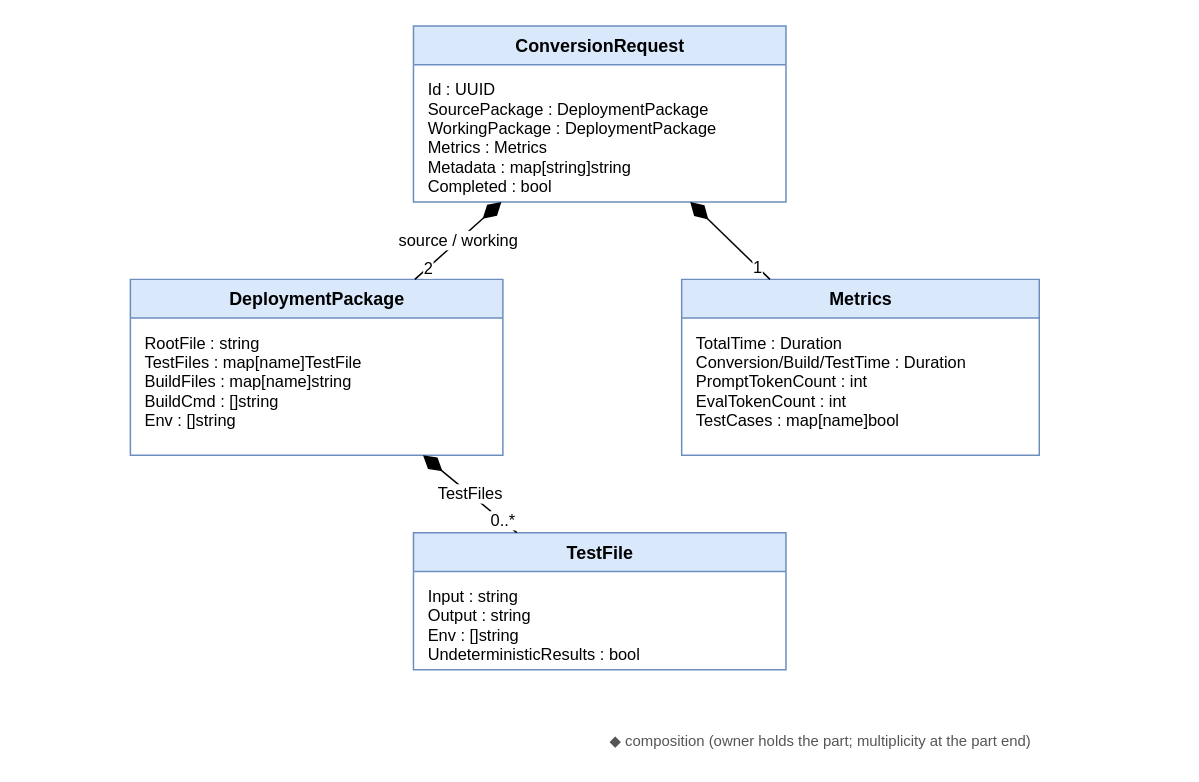
This is docs/data-structures-simple.drawio from carl-egge/ise-predictive-refaas, a draw.io file, before an edit. Source tidied: cells renumbered, new cells numbered last; positions are measured from the earlier drawing's top-left corner, leaving out a move shared by most shapes. Both pictures are drawn from the tidied source at 149%, with x=0, y=0 at pixel (130, 25).
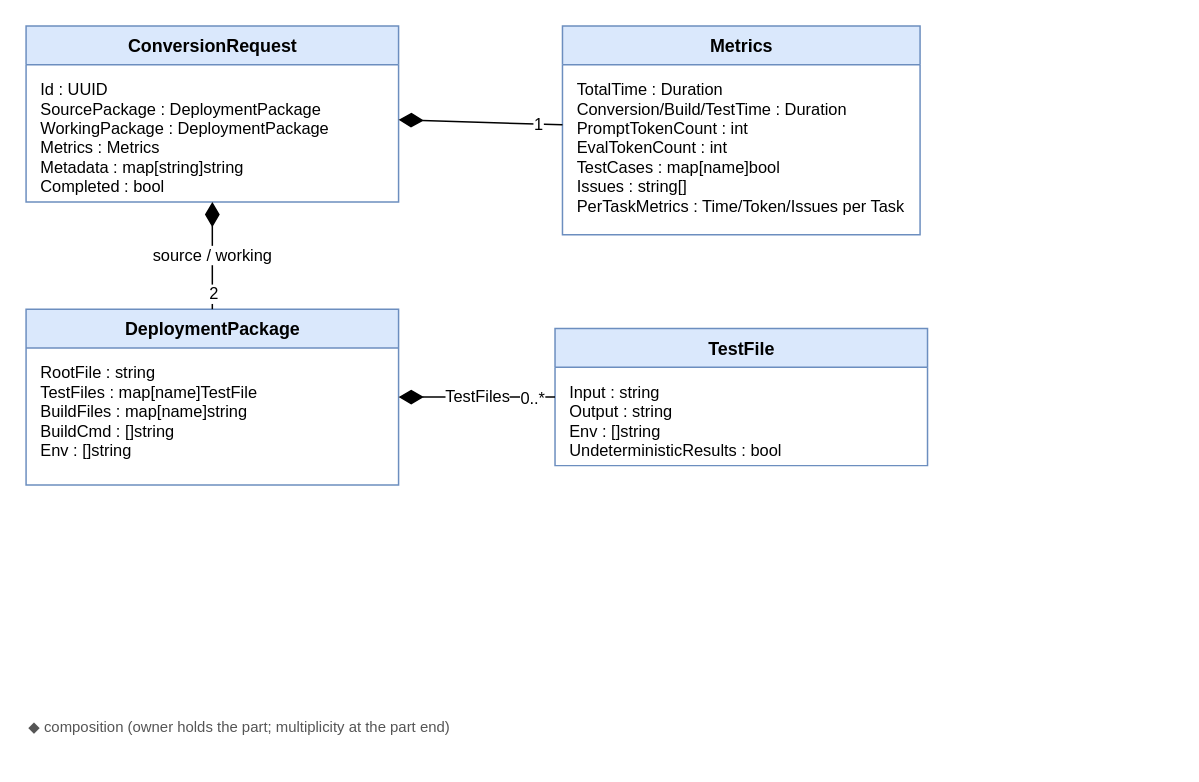
The same page after the edit.

Change to the diagram source:
```diff
@@
 <mxGraphModel>
   <root>
     <mxCell id="0" />
     <mxCell id="1" parent="0" />
     <mxCell id="2" value="ConversionRequest" style="swimlane;fontStyle=1;align=center;verticalAlign=top;horizontal=1;startSize=26;swimlaneFillColor=#ffffff;fillColor=#dae8fc;strokeColor=#6c8ebf;html=1;" parent="1" vertex="1">
-      <mxGeometry x="190" width="250" height="118" as="geometry" />
+      <mxGeometry x="-70" width="250" height="118" as="geometry" />
     </mxCell>
     <mxCell id="3" value="Id : UUID&#10;SourcePackage : DeploymentPackage&#10;WorkingPackage : DeploymentPackage&#10;Metrics : Metrics&#10;Metadata : map[string]string&#10;Completed : bool" style="text;align=left;verticalAlign=top;spacingLeft=8;spacingRight=6;spacingTop=4;overflow=hidden;html=0;fontSize=11;" parent="2" vertex="1">
       <mxGeometry y="26" width="250" height="92" as="geometry" />
     </mxCell>
     <mxCell id="4" value="DeploymentPackage" style="swimlane;fontStyle=1;align=center;verticalAlign=top;horizontal=1;startSize=26;swimlaneFillColor=#ffffff;fillColor=#dae8fc;strokeColor=#6c8ebf;html=1;" parent="1" vertex="1">
-      <mxGeometry y="170" width="250" height="118" as="geometry" />
+      <mxGeometry x="-70" y="190" width="250" height="118" as="geometry" />
     </mxCell>
     <mxCell id="5" value="RootFile : string&#10;TestFiles : map[name]TestFile&#10;BuildFiles : map[name]string&#10;BuildCmd : []string&#10;Env : []string" style="text;align=left;verticalAlign=top;spacingLeft=8;spacingRight=6;spacingTop=4;overflow=hidden;html=0;fontSize=11;" parent="4" vertex="1">
       <mxGeometry y="26" width="250" height="92" as="geometry" />
     </mxCell>
     <mxCell id="6" value="Metrics" style="swimlane;fontStyle=1;align=center;verticalAlign=top;horizontal=1;startSize=26;swimlaneFillColor=#ffffff;fillColor=#dae8fc;strokeColor=#6c8ebf;html=1;" parent="1" vertex="1">
-      <mxGeometry x="370" y="170" width="240" height="118" as="geometry" />
+      <mxGeometry x="290" width="240" height="140" as="geometry" />
     </mxCell>
-    <mxCell id="7" value="TotalTime : Duration&#10;Conversion/Build/TestTime : Duration&#10;PromptTokenCount : int&#10;EvalTokenCount : int&#10;TestCases : map[name]bool" style="text;align=left;verticalAlign=top;spacingLeft=8;spacingRight=6;spacingTop=4;overflow=hidden;html=0;fontSize=11;" parent="6" vertex="1">
-      <mxGeometry y="26" width="240" height="92" as="geometry" />
+    <mxCell id="7" value="TotalTime : Duration&#10;Conversion/Build/TestTime : Duration&#10;PromptTokenCount : int&#10;EvalTokenCount : int&#10;TestCases : map[name]bool&#10;Issues : string[]&#10;PerTaskMetrics : Time/Token/Issues per Task" style="text;align=left;verticalAlign=top;spacingLeft=8;spacingRight=6;spacingTop=4;overflow=hidden;html=0;fontSize=11;" parent="6" vertex="1">
+      <mxGeometry y="26" width="240" height="114" as="geometry" />
     </mxCell>
     <mxCell id="8" value="TestFile" style="swimlane;fontStyle=1;align=center;verticalAlign=top;horizontal=1;startSize=26;swimlaneFillColor=#ffffff;fillColor=#dae8fc;strokeColor=#6c8ebf;html=1;" parent="1" vertex="1">
-      <mxGeometry x="190" y="340" width="250" height="92" as="geometry" />
+      <mxGeometry x="285" y="203" width="250" height="92" as="geometry" />
     </mxCell>
     <mxCell id="9" value="Input : string&#10;Output : string&#10;Env : []string&#10;UndeterministicResults : bool" style="text;align=left;verticalAlign=top;spacingLeft=8;spacingRight=6;spacingTop=4;overflow=hidden;html=0;fontSize=11;" parent="8" vertex="1">
       <mxGeometry y="26" width="250" height="66" as="geometry" />
     </mxCell>
     <mxCell id="10" value="source / working" style="endArrow=none;startArrow=diamondThin;startFill=1;html=1;rounded=0;startSize=14;fontSize=11;" parent="1" edge="1" source="2" target="4">
       <mxGeometry relative="1" as="geometry" />
     </mxCell>
     <mxCell id="11" value="2" style="edgeLabel;html=1;align=center;verticalAlign=middle;fontSize=11;" parent="10" vertex="1">
       <mxGeometry x="0.7" relative="1" as="geometry" />
     </mxCell>
     <mxCell id="12" style="endArrow=none;startArrow=diamondThin;startFill=1;html=1;rounded=0;startSize=14;fontSize=11;" parent="1" edge="1" source="2" target="6">
       <mxGeometry relative="1" as="geometry" />
     </mxCell>
     <mxCell id="13" value="1" style="edgeLabel;html=1;align=center;verticalAlign=middle;fontSize=11;" parent="12" vertex="1">
       <mxGeometry x="0.7" relative="1" as="geometry" />
     </mxCell>
     <mxCell id="14" value="TestFiles" style="endArrow=none;startArrow=diamondThin;startFill=1;html=1;rounded=0;startSize=14;fontSize=11;" parent="1" edge="1" source="4" target="8">
       <mxGeometry relative="1" as="geometry" />
     </mxCell>
     <mxCell id="15" value="0..*" style="edgeLabel;html=1;align=center;verticalAlign=middle;fontSize=11;" parent="14" vertex="1">
       <mxGeometry x="0.7" relative="1" as="geometry" />
     </mxCell>
     <mxCell id="16" value="◆  composition  (owner holds the part; multiplicity at the part end)" style="text;html=1;align=left;verticalAlign=middle;fontSize=10;fontColor=#555555;" parent="1" vertex="1">
-      <mxGeometry x="320" y="470" width="380" height="20" as="geometry" />
+      <mxGeometry x="-70" y="460" width="380" height="20" as="geometry" />
     </mxCell>
   </root>
 </mxGraphModel>
```
